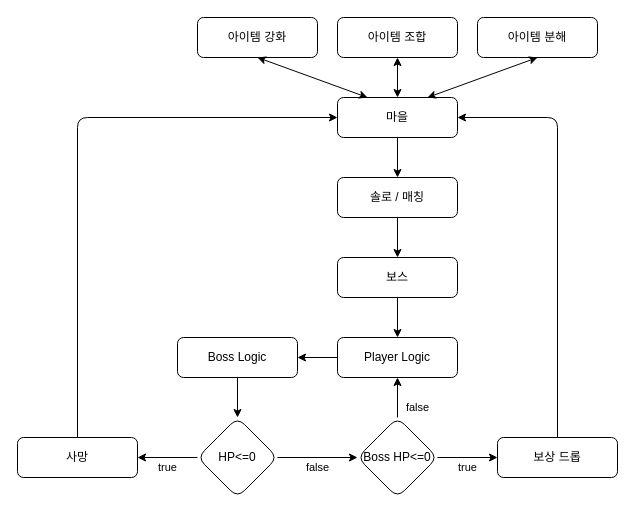
Before: docs/flow_chart.drawio in pknu-wap/2023-1-Game-Team-1, a draw.io diagram. Source tidied: cells renumbered, new cells numbered last; positions are measured from the earlier drawing's top-left corner, leaving out a move shared by most shapes. Both pictures are drawn from the tidied source at 100%, with x=0, y=0 at pixel (17, 17).
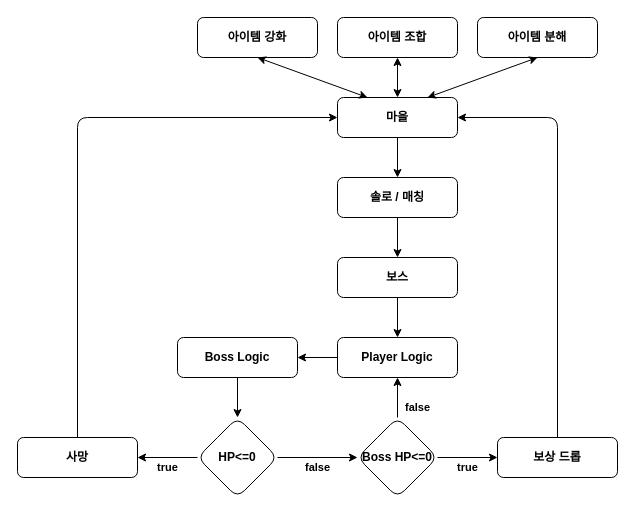
After the change.

What changed in the source:
```diff
@@
-    <mxCell id="2" style="edgeStyle=orthogonalEdgeStyle;rounded=1;jettySize=auto;html=1;labelBackgroundColor=none;fontColor=default;" parent="1" edge="1" source="3" target="27">
+    <mxCell id="2" style="edgeStyle=orthogonalEdgeStyle;rounded=1;jettySize=auto;html=1;labelBackgroundColor=none;fontColor=default;fontStyle=1;" parent="1" edge="1" source="3" target="27">
       <mxGeometry relative="1" as="geometry" />
     </mxCell>
-    <mxCell id="3" value="마을" style="rounded=1;whiteSpace=wrap;html=1;fontSize=12;glass=0;strokeWidth=1;shadow=0;labelBackgroundColor=none;" parent="1" vertex="1">
+    <mxCell id="3" value="마을" style="rounded=1;whiteSpace=wrap;html=1;fontSize=12;glass=0;strokeWidth=1;shadow=0;labelBackgroundColor=none;fontStyle=1;" parent="1" vertex="1">
       <mxGeometry x="320" y="80" width="120" height="40" as="geometry" />
     </mxCell>
-    <mxCell id="4" style="edgeStyle=orthogonalEdgeStyle;rounded=1;jettySize=auto;html=1;labelBackgroundColor=none;fontColor=default;" parent="1" edge="1" source="5" target="23">
+    <mxCell id="4" style="edgeStyle=orthogonalEdgeStyle;rounded=1;jettySize=auto;html=1;labelBackgroundColor=none;fontColor=default;fontStyle=1;" parent="1" edge="1" source="5" target="23">
       <mxGeometry relative="1" as="geometry" />
     </mxCell>
-    <mxCell id="5" value="보스" style="rounded=1;whiteSpace=wrap;html=1;fontSize=12;glass=0;strokeWidth=1;shadow=0;labelBackgroundColor=none;" parent="1" vertex="1">
+    <mxCell id="5" value="보스" style="rounded=1;whiteSpace=wrap;html=1;fontSize=12;glass=0;strokeWidth=1;shadow=0;labelBackgroundColor=none;fontStyle=1;" parent="1" vertex="1">
       <mxGeometry x="320" y="240" width="120" height="40" as="geometry" />
     </mxCell>
-    <mxCell id="6" value="아이템 강화" style="rounded=1;whiteSpace=wrap;html=1;fontSize=12;glass=0;strokeWidth=1;shadow=0;labelBackgroundColor=none;" parent="1" vertex="1">
+    <mxCell id="6" value="아이템 강화" style="rounded=1;whiteSpace=wrap;html=1;fontSize=12;glass=0;strokeWidth=1;shadow=0;labelBackgroundColor=none;fontStyle=1;" parent="1" vertex="1">
       <mxGeometry x="180" width="120" height="40" as="geometry" />
     </mxCell>
-    <mxCell id="7" value="아이템 조합" style="rounded=1;whiteSpace=wrap;html=1;fontSize=12;glass=0;strokeWidth=1;shadow=0;labelBackgroundColor=none;" parent="1" vertex="1">
+    <mxCell id="7" value="아이템 조합" style="rounded=1;whiteSpace=wrap;html=1;fontSize=12;glass=0;strokeWidth=1;shadow=0;labelBackgroundColor=none;fontStyle=1;" parent="1" vertex="1">
       <mxGeometry x="320" width="120" height="40" as="geometry" />
     </mxCell>
-    <mxCell id="8" value="아이템 분해" style="rounded=1;whiteSpace=wrap;html=1;fontSize=12;glass=0;strokeWidth=1;shadow=0;labelBackgroundColor=none;" parent="1" vertex="1">
+    <mxCell id="8" value="아이템 분해" style="rounded=1;whiteSpace=wrap;html=1;fontSize=12;glass=0;strokeWidth=1;shadow=0;labelBackgroundColor=none;fontStyle=1;" parent="1" vertex="1">
       <mxGeometry x="460" width="120" height="40" as="geometry" />
     </mxCell>
-    <mxCell id="9" style="endArrow=classic;startArrow=classic;html=1;rounded=1;entryX=0.5;entryY=1;entryDx=0;entryDy=0;exitX=0.75;exitY=0;exitDx=0;exitDy=0;labelBackgroundColor=none;fontColor=default;" parent="1" edge="1" source="3" target="8">
+    <mxCell id="9" style="endArrow=classic;startArrow=classic;html=1;rounded=1;entryX=0.5;entryY=1;entryDx=0;entryDy=0;exitX=0.75;exitY=0;exitDx=0;exitDy=0;labelBackgroundColor=none;fontColor=default;fontStyle=1;" parent="1" edge="1" source="3" target="8">
       <mxGeometry relative="1" as="geometry" />
     </mxCell>
-    <mxCell id="10" style="endArrow=classic;startArrow=classic;html=1;rounded=1;entryX=0.5;entryY=1;entryDx=0;entryDy=0;exitX=0.25;exitY=0;exitDx=0;exitDy=0;labelBackgroundColor=none;fontColor=default;" parent="1" edge="1" source="3" target="6">
+    <mxCell id="10" style="endArrow=classic;startArrow=classic;html=1;rounded=1;entryX=0.5;entryY=1;entryDx=0;entryDy=0;exitX=0.25;exitY=0;exitDx=0;exitDy=0;labelBackgroundColor=none;fontColor=default;fontStyle=1;" parent="1" edge="1" source="3" target="6">
       <mxGeometry relative="1" as="geometry" />
     </mxCell>
-    <mxCell id="11" style="endArrow=classic;startArrow=classic;html=1;rounded=1;entryX=0.5;entryY=1;entryDx=0;entryDy=0;exitX=0.5;exitY=0;exitDx=0;exitDy=0;labelBackgroundColor=none;fontColor=default;" parent="1" edge="1" source="3" target="7">
+    <mxCell id="11" style="endArrow=classic;startArrow=classic;html=1;rounded=1;entryX=0.5;entryY=1;entryDx=0;entryDy=0;exitX=0.5;exitY=0;exitDx=0;exitDy=0;labelBackgroundColor=none;fontColor=default;fontStyle=1;" parent="1" edge="1" source="3" target="7">
       <mxGeometry relative="1" as="geometry" />
     </mxCell>
-    <mxCell id="12" value="true" style="edgeStyle=orthogonalEdgeStyle;rounded=1;jettySize=auto;html=1;entryX=1;entryY=0.5;entryDx=0;entryDy=0;labelBackgroundColor=none;fontColor=default;" parent="1" edge="1" source="14" target="21">
+    <mxCell id="12" value="true" style="edgeStyle=orthogonalEdgeStyle;rounded=1;jettySize=auto;html=1;entryX=1;entryY=0.5;entryDx=0;entryDy=0;labelBackgroundColor=none;fontColor=default;fontStyle=1;" parent="1" edge="1" source="14" target="21">
       <mxGeometry y="10" relative="1" as="geometry" />
     </mxCell>
-    <mxCell id="13" value="false" style="edgeStyle=orthogonalEdgeStyle;rounded=1;jettySize=auto;html=1;entryX=0;entryY=0.5;entryDx=0;entryDy=0;labelBackgroundColor=none;fontColor=default;" parent="1" edge="1" source="14" target="17">
+    <mxCell id="13" value="false" style="edgeStyle=orthogonalEdgeStyle;rounded=1;jettySize=auto;html=1;entryX=0;entryY=0.5;entryDx=0;entryDy=0;labelBackgroundColor=none;fontColor=default;fontStyle=1;" parent="1" edge="1" source="14" target="17">
       <mxGeometry y="-10" relative="1" as="geometry" />
     </mxCell>
-    <mxCell id="14" value="HP&amp;lt;=0" style="rhombus;whiteSpace=wrap;html=1;labelBackgroundColor=none;rounded=1;" parent="1" vertex="1">
+    <mxCell id="14" value="HP&amp;lt;=0" style="rhombus;whiteSpace=wrap;html=1;labelBackgroundColor=none;rounded=1;fontStyle=1;" parent="1" vertex="1">
       <mxGeometry x="180" y="400" width="80" height="80" as="geometry" />
     </mxCell>
-    <mxCell id="15" value="true" style="edgeStyle=orthogonalEdgeStyle;rounded=1;jettySize=auto;html=1;entryX=0;entryY=0.5;entryDx=0;entryDy=0;labelBackgroundColor=none;fontColor=default;" parent="1" edge="1" source="17" target="19">
+    <mxCell id="15" value="true" style="edgeStyle=orthogonalEdgeStyle;rounded=1;jettySize=auto;html=1;entryX=0;entryY=0.5;entryDx=0;entryDy=0;labelBackgroundColor=none;fontColor=default;fontStyle=1;" parent="1" edge="1" source="17" target="19">
       <mxGeometry y="-10" relative="1" as="geometry" />
     </mxCell>
-    <mxCell id="16" value="false" style="edgeStyle=orthogonalEdgeStyle;rounded=1;jettySize=auto;html=1;entryX=0.5;entryY=1;entryDx=0;entryDy=0;labelBackgroundColor=none;fontColor=default;" parent="1" edge="1" source="17" target="23">
+    <mxCell id="16" value="false" style="edgeStyle=orthogonalEdgeStyle;rounded=1;jettySize=auto;html=1;entryX=0.5;entryY=1;entryDx=0;entryDy=0;labelBackgroundColor=none;fontColor=default;fontStyle=1;" parent="1" edge="1" source="17" target="23">
       <mxGeometry x="-0.5" y="-20" relative="1" as="geometry" />
     </mxCell>
-    <mxCell id="17" value="Boss HP&amp;lt;=0" style="rhombus;whiteSpace=wrap;html=1;labelBackgroundColor=none;rounded=1;" parent="1" vertex="1">
+    <mxCell id="17" value="Boss HP&amp;lt;=0" style="rhombus;whiteSpace=wrap;html=1;labelBackgroundColor=none;rounded=1;fontStyle=1;" parent="1" vertex="1">
       <mxGeometry x="340" y="400" width="80" height="80" as="geometry" />
     </mxCell>
-    <mxCell id="18" style="edgeStyle=orthogonalEdgeStyle;rounded=1;jettySize=auto;html=1;entryX=1;entryY=0.5;entryDx=0;entryDy=0;labelBackgroundColor=none;fontColor=default;" parent="1" edge="1" source="19" target="3">
+    <mxCell id="18" style="edgeStyle=orthogonalEdgeStyle;rounded=1;jettySize=auto;html=1;entryX=1;entryY=0.5;entryDx=0;entryDy=0;labelBackgroundColor=none;fontColor=default;fontStyle=1;" parent="1" edge="1" source="19" target="3">
       <mxGeometry relative="1" as="geometry">
         <Array as="points">
           <mxPoint x="540" y="100" />
         </Array>
       </mxGeometry>
     </mxCell>
-    <mxCell id="19" value="보상 드롭" style="rounded=1;whiteSpace=wrap;html=1;fontSize=12;glass=0;strokeWidth=1;shadow=0;labelBackgroundColor=none;" parent="1" vertex="1">
+    <mxCell id="19" value="보상 드롭" style="rounded=1;whiteSpace=wrap;html=1;fontSize=12;glass=0;strokeWidth=1;shadow=0;labelBackgroundColor=none;fontStyle=1;" parent="1" vertex="1">
       <mxGeometry x="480" y="420" width="120" height="40" as="geometry" />
     </mxCell>
-    <mxCell id="20" style="edgeStyle=orthogonalEdgeStyle;rounded=1;jettySize=auto;html=1;entryX=0;entryY=0.5;entryDx=0;entryDy=0;labelBackgroundColor=none;fontColor=default;" parent="1" edge="1" source="21" target="3">
+    <mxCell id="20" style="edgeStyle=orthogonalEdgeStyle;rounded=1;jettySize=auto;html=1;entryX=0;entryY=0.5;entryDx=0;entryDy=0;labelBackgroundColor=none;fontColor=default;fontStyle=1;" parent="1" edge="1" source="21" target="3">
       <mxGeometry relative="1" as="geometry">
         <Array as="points">
           <mxPoint x="60" y="100" />
         </Array>
       </mxGeometry>
     </mxCell>
-    <mxCell id="21" value="사망" style="rounded=1;whiteSpace=wrap;html=1;fontSize=12;glass=0;strokeWidth=1;shadow=0;labelBackgroundColor=none;" parent="1" vertex="1">
+    <mxCell id="21" value="사망" style="rounded=1;whiteSpace=wrap;html=1;fontSize=12;glass=0;strokeWidth=1;shadow=0;labelBackgroundColor=none;fontStyle=1;" parent="1" vertex="1">
       <mxGeometry y="420" width="120" height="40" as="geometry" />
     </mxCell>
-    <mxCell id="22" style="edgeStyle=orthogonalEdgeStyle;rounded=1;jettySize=auto;html=1;labelBackgroundColor=none;fontColor=default;" parent="1" edge="1" source="23" target="25">
+    <mxCell id="22" style="edgeStyle=orthogonalEdgeStyle;rounded=1;jettySize=auto;html=1;labelBackgroundColor=none;fontColor=default;fontStyle=1;" parent="1" edge="1" source="23" target="25">
       <mxGeometry relative="1" as="geometry" />
     </mxCell>
-    <mxCell id="23" value="Player Logic" style="rounded=1;whiteSpace=wrap;html=1;fontSize=12;glass=0;strokeWidth=1;shadow=0;labelBackgroundColor=none;" parent="1" vertex="1">
+    <mxCell id="23" value="Player Logic" style="rounded=1;whiteSpace=wrap;html=1;fontSize=12;glass=0;strokeWidth=1;shadow=0;labelBackgroundColor=none;fontStyle=1;" parent="1" vertex="1">
       <mxGeometry x="320" y="320" width="120" height="40" as="geometry" />
     </mxCell>
-    <mxCell id="24" style="edgeStyle=orthogonalEdgeStyle;rounded=1;jettySize=auto;html=1;entryX=0.5;entryY=0;entryDx=0;entryDy=0;labelBackgroundColor=none;fontColor=default;" parent="1" edge="1" source="25" target="14">
+    <mxCell id="24" style="edgeStyle=orthogonalEdgeStyle;rounded=1;jettySize=auto;html=1;entryX=0.5;entryY=0;entryDx=0;entryDy=0;labelBackgroundColor=none;fontColor=default;fontStyle=1;" parent="1" edge="1" source="25" target="14">
       <mxGeometry relative="1" as="geometry" />
     </mxCell>
-    <mxCell id="25" value="Boss Logic" style="rounded=1;whiteSpace=wrap;html=1;fontSize=12;glass=0;strokeWidth=1;shadow=0;labelBackgroundColor=none;" parent="1" vertex="1">
+    <mxCell id="25" value="Boss Logic" style="rounded=1;whiteSpace=wrap;html=1;fontSize=12;glass=0;strokeWidth=1;shadow=0;labelBackgroundColor=none;fontStyle=1;" parent="1" vertex="1">
       <mxGeometry x="160" y="320" width="120" height="40" as="geometry" />
     </mxCell>
-    <mxCell id="26" style="edgeStyle=orthogonalEdgeStyle;rounded=1;jettySize=auto;html=1;entryX=0.5;entryY=0;entryDx=0;entryDy=0;labelBackgroundColor=none;fontColor=default;" parent="1" edge="1" source="27" target="5">
+    <mxCell id="26" style="edgeStyle=orthogonalEdgeStyle;rounded=1;jettySize=auto;html=1;entryX=0.5;entryY=0;entryDx=0;entryDy=0;labelBackgroundColor=none;fontColor=default;fontStyle=1;" parent="1" edge="1" source="27" target="5">
       <mxGeometry relative="1" as="geometry" />
     </mxCell>
-    <mxCell id="27" value="솔로 / 매칭" style="rounded=1;whiteSpace=wrap;html=1;fontSize=12;glass=0;strokeWidth=1;shadow=0;labelBackgroundColor=none;" parent="1" vertex="1">
+    <mxCell id="27" value="솔로 / 매칭" style="rounded=1;whiteSpace=wrap;html=1;fontSize=12;glass=0;strokeWidth=1;shadow=0;labelBackgroundColor=none;fontStyle=1;" parent="1" vertex="1">
       <mxGeometry x="320" y="160" width="120" height="40" as="geometry" />
     </mxCell>
```
